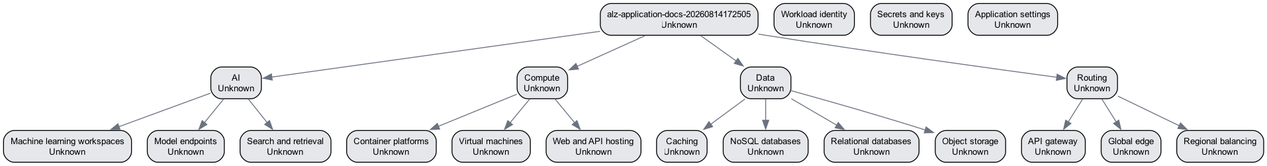
Above: infra-as-code/bicep/modules/policy/healthModel/media/application-healthmodel-live.png in Azure/ALZ-Bicep (Graphviz), before the change. Its source is kept beside it as infra-as-code/bicep/modules/policy/healthModel/media/application-healthmodel-live.dot. Source of this version:
```dot
digraph G {
  rankdir=TB;
  splines=true;
  node [shape=box,style="rounded,filled",fontname="Arial",fontsize=10];
  edge [color="#6b7280"];
  "aiml" [label="AI\nUnknown", fillcolor="#e5e7eb"];
  "aiml-ml" [label="Machine learning workspaces\nUnknown", fillcolor="#e5e7eb"];
  "aiml-models" [label="Model endpoints\nUnknown", fillcolor="#e5e7eb"];
  "aiml-search" [label="Search and retrieval\nUnknown", fillcolor="#e5e7eb"];
  "alz-application-docs-20260814172505" [label="alz-application-docs-20260814172505\nUnknown", fillcolor="#e5e7eb"];
  "compute" [label="Compute\nUnknown", fillcolor="#e5e7eb"];
  "compute-containers" [label="Container platforms\nUnknown", fillcolor="#e5e7eb"];
  "compute-vms" [label="Virtual machines\nUnknown", fillcolor="#e5e7eb"];
  "compute-web" [label="Web and API hosting\nUnknown", fillcolor="#e5e7eb"];
  "config-identity" [label="Workload identity\nUnknown", fillcolor="#e5e7eb"];
  "config-secrets" [label="Secrets and keys\nUnknown", fillcolor="#e5e7eb"];
  "config-settings" [label="Application settings\nUnknown", fillcolor="#e5e7eb"];
  "data" [label="Data\nUnknown", fillcolor="#e5e7eb"];
  "data-caching" [label="Caching\nUnknown", fillcolor="#e5e7eb"];
  "data-nosql" [label="NoSQL databases\nUnknown", fillcolor="#e5e7eb"];
  "data-relational" [label="Relational databases\nUnknown", fillcolor="#e5e7eb"];
  "data-storage" [label="Object storage\nUnknown", fillcolor="#e5e7eb"];
  "routing" [label="Routing\nUnknown", fillcolor="#e5e7eb"];
  "routing-api" [label="API gateway\nUnknown", fillcolor="#e5e7eb"];
  "routing-global-edge" [label="Global edge\nUnknown", fillcolor="#e5e7eb"];
  "routing-regional" [label="Regional balancing\nUnknown", fillcolor="#e5e7eb"];
  "aiml" -> "aiml-ml";
  "aiml" -> "aiml-models";
  "aiml" -> "aiml-search";
  "alz-application-docs-20260814172505" -> "aiml";
  "alz-application-docs-20260814172505" -> "compute";
  "alz-application-docs-20260814172505" -> "data";
  "alz-application-docs-20260814172505" -> "routing";
  "compute" -> "compute-containers";
  "compute" -> "compute-vms";
  "compute" -> "compute-web";
  "data" -> "data-caching";
  "data" -> "data-nosql";
  "data" -> "data-relational";
  "data" -> "data-storage";
  "routing" -> "routing-api";
  "routing" -> "routing-global-edge";
  "routing" -> "routing-regional";
}
```
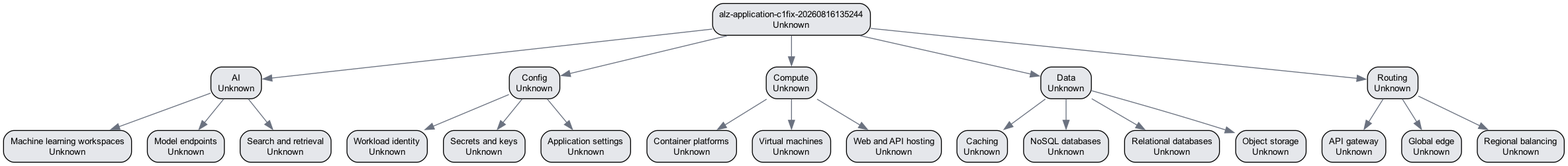
After the change.

Commit message:
fix(health-model): resolve application topology parity

Change to the diagram source:
```diff
@@ -7,14 +7,15 @@
   "aiml-ml" [label="Machine learning workspaces\nUnknown", fillcolor="#e5e7eb"];
   "aiml-models" [label="Model endpoints\nUnknown", fillcolor="#e5e7eb"];
   "aiml-search" [label="Search and retrieval\nUnknown", fillcolor="#e5e7eb"];
-  "alz-application-docs-20260814172505" [label="alz-application-docs-20260814172505\nUnknown", fillcolor="#e5e7eb"];
+  "alz-application-c1fix-20260816135244" [label="alz-application-c1fix-20260816135244\nUnknown", fillcolor="#e5e7eb"];
+  "appconfig" [label="Config\nUnknown", fillcolor="#e5e7eb"];
+  "appconfig-identity" [label="Workload identity\nUnknown", fillcolor="#e5e7eb"];
+  "appconfig-secrets" [label="Secrets and keys\nUnknown", fillcolor="#e5e7eb"];
+  "appconfig-settings" [label="Application settings\nUnknown", fillcolor="#e5e7eb"];
   "compute" [label="Compute\nUnknown", fillcolor="#e5e7eb"];
   "compute-containers" [label="Container platforms\nUnknown", fillcolor="#e5e7eb"];
   "compute-vms" [label="Virtual machines\nUnknown", fillcolor="#e5e7eb"];
   "compute-web" [label="Web and API hosting\nUnknown", fillcolor="#e5e7eb"];
-  "config-identity" [label="Workload identity\nUnknown", fillcolor="#e5e7eb"];
-  "config-secrets" [label="Secrets and keys\nUnknown", fillcolor="#e5e7eb"];
-  "config-settings" [label="Application settings\nUnknown", fillcolor="#e5e7eb"];
   "data" [label="Data\nUnknown", fillcolor="#e5e7eb"];
   "data-caching" [label="Caching\nUnknown", fillcolor="#e5e7eb"];
   "data-nosql" [label="NoSQL databases\nUnknown", fillcolor="#e5e7eb"];
@@ -27,10 +28,14 @@
   "aiml" -> "aiml-ml";
   "aiml" -> "aiml-models";
   "aiml" -> "aiml-search";
-  "alz-application-docs-20260814172505" -> "aiml";
-  "alz-application-docs-20260814172505" -> "compute";
-  "alz-application-docs-20260814172505" -> "data";
-  "alz-application-docs-20260814172505" -> "routing";
+  "alz-application-c1fix-20260816135244" -> "aiml";
+  "alz-application-c1fix-20260816135244" -> "appconfig";
+  "alz-application-c1fix-20260816135244" -> "compute";
+  "alz-application-c1fix-20260816135244" -> "data";
+  "alz-application-c1fix-20260816135244" -> "routing";
+  "appconfig" -> "appconfig-identity";
+  "appconfig" -> "appconfig-secrets";
+  "appconfig" -> "appconfig-settings";
   "compute" -> "compute-containers";
   "compute" -> "compute-vms";
   "compute" -> "compute-web";
```
